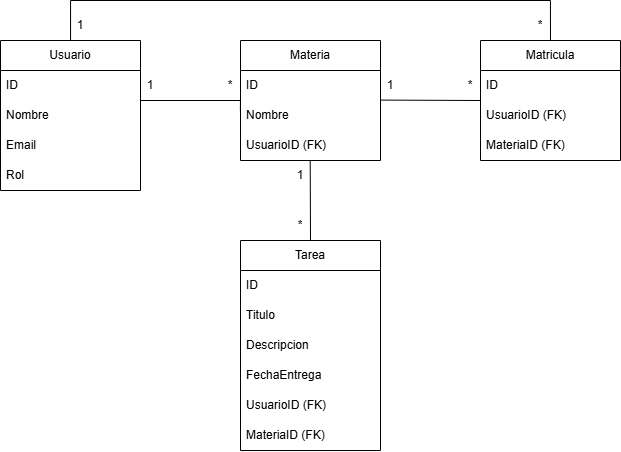
GaugeZich/TP_Backend keeps this draw.io diagram as src/assets/Diagrama de clases.drawio.png. Above is the earlier version. Source tidied: cells renumbered, new cells last; positions are measured from the earlier drawing's top-left corner, leaving out a move shared by most shapes.
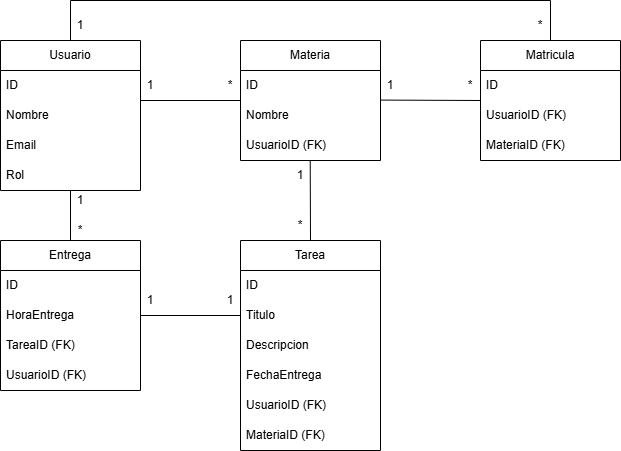
After the commit.

Commit message:
Función para ver las entregas de tareas de un profesor realizada. Cambios en db-setup y actualización del diagrama de clases

Change to the diagram source:
```diff
@@ -112,5 +112,38 @@
     <mxCell id="33" value="1" style="text;html=1;align=center;verticalAlign=middle;whiteSpace=wrap;rounded=0;" parent="1" vertex="1">
       <mxGeometry x="70" y="10" width="20" height="30" as="geometry" />
     </mxCell>
+    <mxCell id="34" value="Entrega" style="swimlane;fontStyle=0;horizontal=1;startSize=30;whiteSpace=wrap;html=1;" parent="1" vertex="1">
+      <mxGeometry y="240" width="140" height="150" as="geometry" />
+    </mxCell>
+    <mxCell id="35" value="ID" style="text;strokeColor=none;fillColor=none;align=left;verticalAlign=middle;spacingLeft=4;spacingRight=4;overflow=hidden;whiteSpace=wrap;html=1;" parent="34" vertex="1">
+      <mxGeometry y="30" width="140" height="30" as="geometry" />
+    </mxCell>
+    <mxCell id="36" value="HoraEntrega" style="text;strokeColor=none;fillColor=none;align=left;verticalAlign=middle;spacingLeft=4;spacingRight=4;overflow=hidden;points=[[0,0.5],[1,0.5]];portConstraint=eastwest;whiteSpace=wrap;html=1;" parent="34" vertex="1">
+      <mxGeometry y="60" width="140" height="30" as="geometry" />
+    </mxCell>
+    <mxCell id="37" value="TareaID (FK)" style="text;strokeColor=none;fillColor=none;align=left;verticalAlign=middle;spacingLeft=4;spacingRight=4;overflow=hidden;whiteSpace=wrap;html=1;" parent="34" vertex="1">
+      <mxGeometry y="90" width="140" height="30" as="geometry" />
+    </mxCell>
+    <mxCell id="38" value="UsuarioID (FK)" style="text;strokeColor=none;fillColor=none;align=left;verticalAlign=middle;spacingLeft=4;spacingRight=4;overflow=hidden;whiteSpace=wrap;html=1;" parent="34" vertex="1">
+      <mxGeometry y="120" width="140" height="30" as="geometry" />
+    </mxCell>
+    <mxCell id="39" style="edgeStyle=orthogonalEdgeStyle;rounded=0;jettySize=auto;html=1;entryX=0.5;entryY=1;entryDx=0;entryDy=0;entryPerimeter=0;endArrow=none;startFill=0;" parent="1" edge="1" source="34" target="7">
+      <mxGeometry relative="1" as="geometry" />
+    </mxCell>
+    <mxCell id="40" style="edgeStyle=orthogonalEdgeStyle;rounded=0;jettySize=auto;html=1;entryX=0;entryY=0.5;entryDx=0;entryDy=0;endArrow=none;startFill=0;" parent="1" edge="1" source="36" target="18">
+      <mxGeometry relative="1" as="geometry" />
+    </mxCell>
+    <mxCell id="41" value="1" style="text;html=1;align=center;verticalAlign=middle;whiteSpace=wrap;rounded=0;" parent="1" vertex="1">
+      <mxGeometry x="70" y="190" width="20" height="20" as="geometry" />
+    </mxCell>
+    <mxCell id="42" value="*" style="text;html=1;align=center;verticalAlign=middle;whiteSpace=wrap;rounded=0;" parent="1" vertex="1">
+      <mxGeometry x="70" y="220" width="20" height="20" as="geometry" />
+    </mxCell>
+    <mxCell id="43" value="1" style="text;html=1;align=center;verticalAlign=middle;whiteSpace=wrap;rounded=0;" parent="1" vertex="1">
+      <mxGeometry x="140" y="290" width="20" height="20" as="geometry" />
+    </mxCell>
+    <mxCell id="44" value="1" style="text;html=1;align=center;verticalAlign=middle;whiteSpace=wrap;rounded=0;" parent="1" vertex="1">
+      <mxGeometry x="220" y="290" width="20" height="20" as="geometry" />
+    </mxCell>
   </root>
 </mxGraphModel>
```
